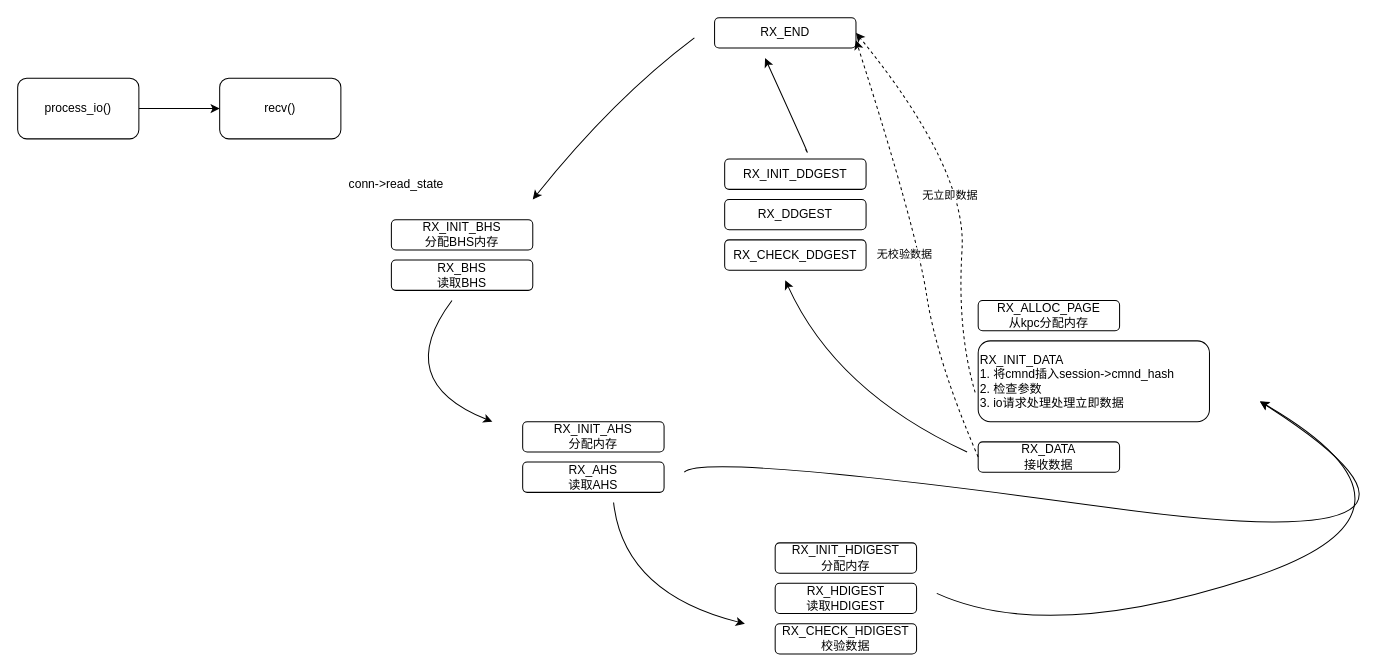
Before: Untitled Diagram.drawio in zhuxibrian/drawio, a draw.io diagram. Source tidied: cells renumbered, new cells numbered last; positions are measured from the earlier drawing's top-left corner, leaving out a move shared by most shapes. Both pictures are drawn from the tidied source at 101%, with x=0, y=0 at pixel (17, 17).
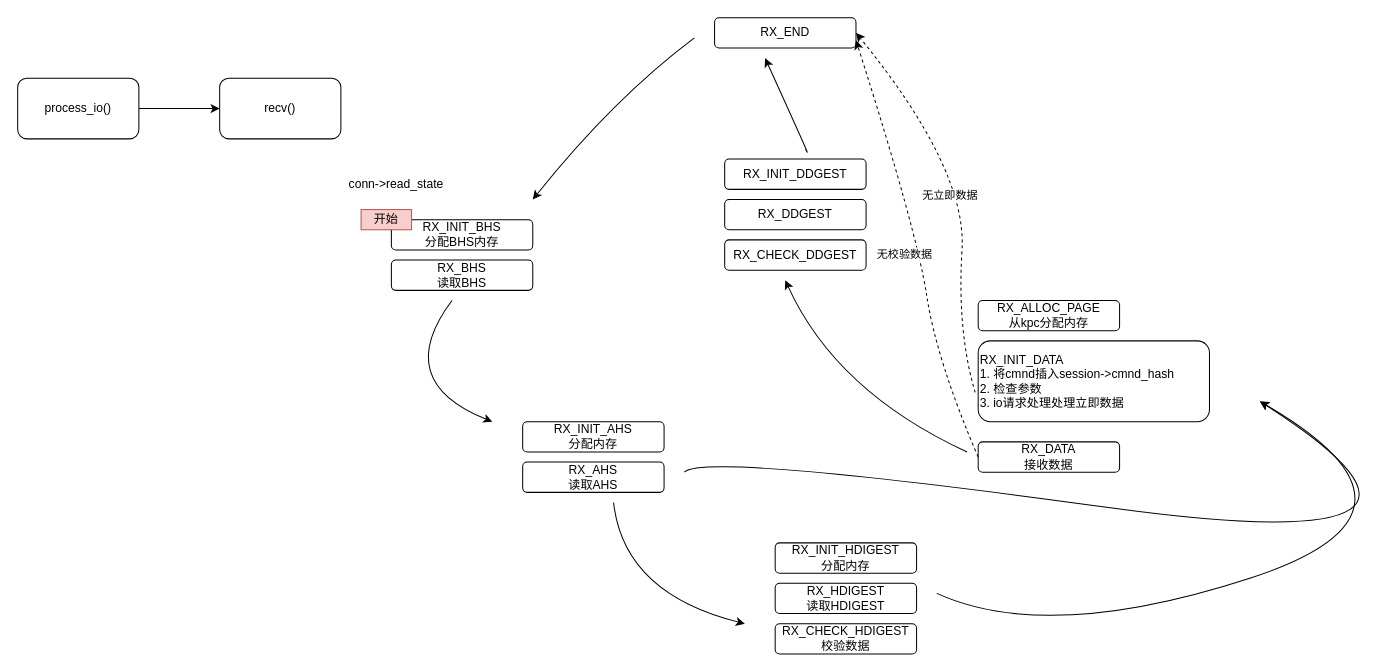
After the change.

What changed in the source:
```diff
@@
+    <mxCell id="33" value="开始" style="rounded=0;whiteSpace=wrap;html=1;fillColor=#f8cecc;strokeColor=#b85450;" parent="1" vertex="1">
+      <mxGeometry x="340" y="190" width="50" height="20" as="geometry" />
+    </mxCell>
```
